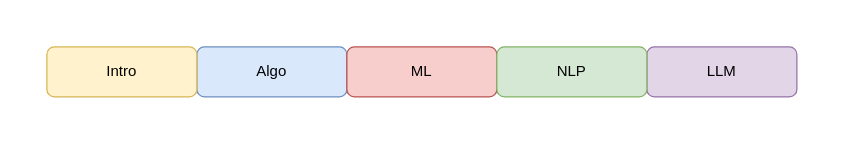
mlnchkdv/mlabs.space keeps this draw.io diagram as content/iis/0_overview/plan.drawio. Above is the earlier version. Source tidied: cells renumbered, new cells numbered last; positions are measured from the earlier drawing's top-left corner, leaving out a move shared by most shapes. Both pictures are drawn from the tidied source at 125%, with x=0, y=0 at pixel (21, 21).
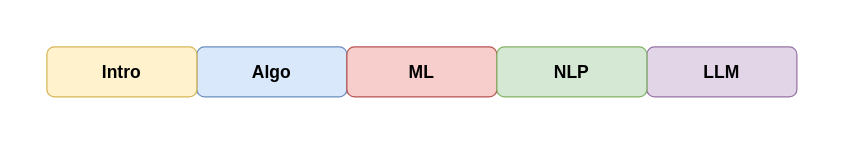
The same page after the edit.

What changed in the source:
```diff
@@
 <mxGraphModel>
   <root>
     <mxCell id="0" />
     <mxCell id="1" parent="0" />
     <mxCell id="2" style="rounded=0;whiteSpace=wrap;html=1;fillColor=none;strokeColor=none;" parent="1" vertex="1">
       <mxGeometry width="640" height="80" as="geometry" />
     </mxCell>
-    <mxCell id="3" value="Algo" style="rounded=1;whiteSpace=wrap;html=1;fillColor=#dae8fc;strokeColor=#6c8ebf;" parent="1" vertex="1">
+    <mxCell id="3" value="&lt;b&gt;&lt;font style=&quot;font-size: 14px;&quot;&gt;Algo&lt;/font&gt;&lt;/b&gt;" style="rounded=1;whiteSpace=wrap;html=1;fillColor=#dae8fc;strokeColor=#6c8ebf;" parent="1" vertex="1">
       <mxGeometry x="140" y="20" width="120" height="40" as="geometry" />
     </mxCell>
-    <mxCell id="4" value="ML" style="rounded=1;whiteSpace=wrap;html=1;fillColor=#f8cecc;strokeColor=#b85450;" parent="1" vertex="1">
+    <mxCell id="4" value="&lt;font style=&quot;font-size: 14px;&quot;&gt;&lt;b&gt;ML&lt;/b&gt;&lt;/font&gt;" style="rounded=1;whiteSpace=wrap;html=1;fillColor=#f8cecc;strokeColor=#b85450;" parent="1" vertex="1">
       <mxGeometry x="260" y="20" width="120" height="40" as="geometry" />
     </mxCell>
-    <mxCell id="5" value="LLM" style="rounded=1;whiteSpace=wrap;html=1;fillColor=#e1d5e7;strokeColor=#9673a6;" parent="1" vertex="1">
+    <mxCell id="5" value="&lt;b&gt;&lt;font style=&quot;font-size: 14px;&quot;&gt;LLM&lt;/font&gt;&lt;/b&gt;" style="rounded=1;whiteSpace=wrap;html=1;fillColor=#e1d5e7;strokeColor=#9673a6;" parent="1" vertex="1">
       <mxGeometry x="500" y="20" width="120" height="40" as="geometry" />
     </mxCell>
-    <mxCell id="6" value="NLP" style="rounded=1;whiteSpace=wrap;html=1;fillColor=#d5e8d4;strokeColor=#82b366;" parent="1" vertex="1">
+    <mxCell id="6" value="&lt;font style=&quot;font-size: 14px;&quot;&gt;&lt;b&gt;NLP&lt;/b&gt;&lt;/font&gt;" style="rounded=1;whiteSpace=wrap;html=1;fillColor=#d5e8d4;strokeColor=#82b366;" parent="1" vertex="1">
       <mxGeometry x="380" y="20" width="120" height="40" as="geometry" />
     </mxCell>
-    <mxCell id="7" value="Intro" style="rounded=1;whiteSpace=wrap;html=1;fillColor=#fff2cc;strokeColor=#d6b656;" parent="1" vertex="1">
+    <mxCell id="7" value="&lt;b&gt;&lt;font style=&quot;font-size: 14px;&quot;&gt;Intro&lt;/font&gt;&lt;/b&gt;" style="rounded=1;whiteSpace=wrap;html=1;fillColor=#fff2cc;strokeColor=#d6b656;" parent="1" vertex="1">
       <mxGeometry x="20" y="20" width="120" height="40" as="geometry" />
     </mxCell>
   </root>
 </mxGraphModel>
```
